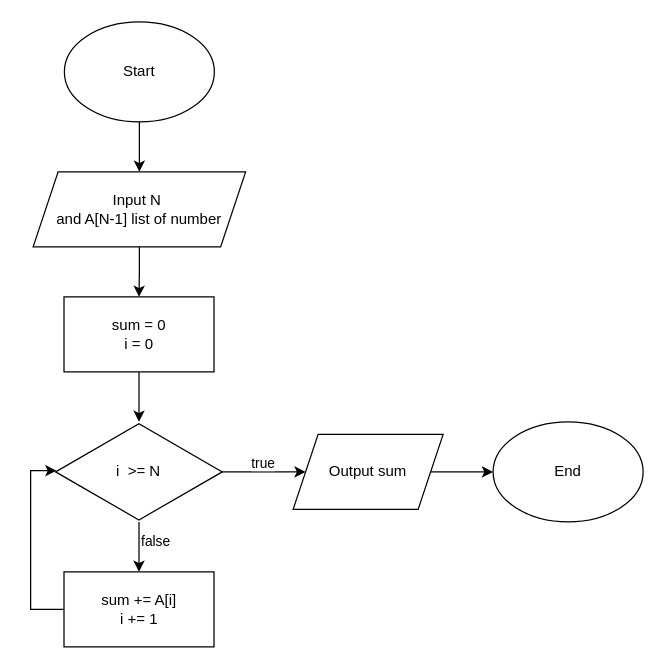
Above: page "Bài 10 (a)" (11 of 16) of drawio/Exercises_Week3-5.drawio in HerokeyVN/Temp (draw.io), before the change. Source tidied: cells renumbered, new cells numbered last; positions are measured from the earlier drawing's top-left corner, leaving out a move shared by most shapes. Both pictures are drawn from the tidied source at 125%, with x=0, y=0 at pixel (32, 21).
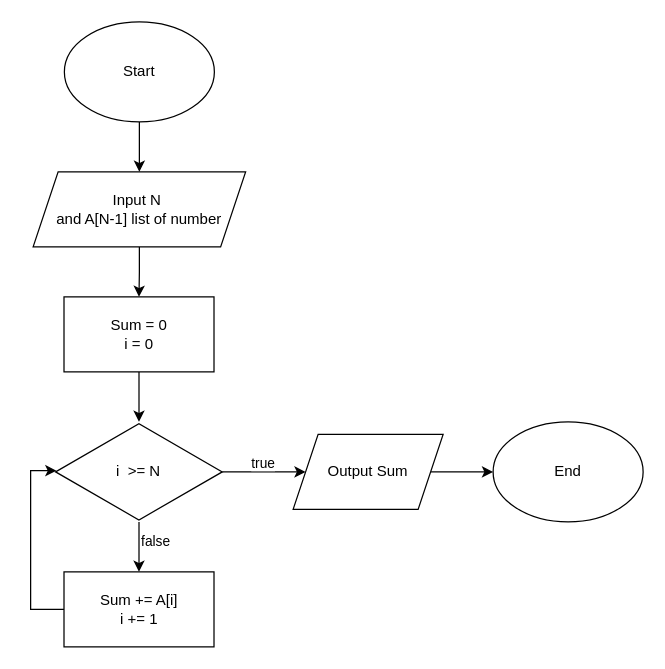
The same diagram, later.

Diff of the diagram source:
```diff
@@
 <mxGraphModel>
   <root>
     <mxCell id="0" />
     <mxCell id="1" parent="0" />
     <mxCell id="2" style="edgeStyle=orthogonalEdgeStyle;rounded=0;jettySize=auto;html=1;" parent="1" edge="1" source="3" target="5">
       <mxGeometry relative="1" as="geometry" />
     </mxCell>
     <mxCell id="3" value="Start" style="ellipse;whiteSpace=wrap;html=1;" parent="1" vertex="1">
       <mxGeometry x="25" width="120" height="80" as="geometry" />
     </mxCell>
     <mxCell id="4" style="edgeStyle=orthogonalEdgeStyle;rounded=0;jettySize=auto;html=1;exitX=0.5;exitY=1;exitDx=0;exitDy=0;entryX=0.5;entryY=0;entryDx=0;entryDy=0;" parent="1" edge="1" source="5" target="7">
       <mxGeometry relative="1" as="geometry" />
     </mxCell>
     <mxCell id="5" value="Input N&amp;nbsp;&lt;div&gt;and A[N-1] list of number&lt;/div&gt;" style="shape=parallelogram;perimeter=parallelogramPerimeter;whiteSpace=wrap;html=1;fixedSize=1;" parent="1" vertex="1">
       <mxGeometry y="120" width="170" height="60" as="geometry" />
     </mxCell>
     <mxCell id="6" style="edgeStyle=orthogonalEdgeStyle;rounded=0;jettySize=auto;html=1;" parent="1" edge="1" source="7" target="12">
       <mxGeometry relative="1" as="geometry" />
     </mxCell>
-    <mxCell id="7" value="sum = 0&lt;div&gt;i = 0&lt;/div&gt;" style="rounded=0;whiteSpace=wrap;html=1;" parent="1" vertex="1">
+    <mxCell id="7" value="Sum = 0&lt;div&gt;i = 0&lt;/div&gt;" style="rounded=0;whiteSpace=wrap;html=1;" parent="1" vertex="1">
       <mxGeometry x="24.7" y="220" width="120" height="60" as="geometry" />
     </mxCell>
     <mxCell id="8" style="edgeStyle=orthogonalEdgeStyle;rounded=0;jettySize=auto;html=1;" parent="1" edge="1" source="12" target="13">
       <mxGeometry relative="1" as="geometry" />
     </mxCell>
     <mxCell id="9" value="false" style="edgeLabel;html=1;align=center;verticalAlign=middle;" parent="8" vertex="1">
       <mxGeometry x="-0.25" y="1" relative="1" as="geometry">
         <mxPoint x="12" as="offset" />
       </mxGeometry>
     </mxCell>
     <mxCell id="10" style="edgeStyle=orthogonalEdgeStyle;rounded=0;jettySize=auto;html=1;" parent="1" edge="1" source="12" target="16">
       <mxGeometry relative="1" as="geometry" />
     </mxCell>
     <mxCell id="11" value="true" style="edgeLabel;html=1;align=center;verticalAlign=middle;" parent="10" vertex="1">
       <mxGeometry x="0.01" y="2" relative="1" as="geometry">
         <mxPoint x="-2" y="-6" as="offset" />
       </mxGeometry>
     </mxCell>
     <mxCell id="12" value="i&amp;nbsp; &amp;gt;= N" style="html=1;whiteSpace=wrap;shape=isoRectangle;" parent="1" vertex="1">
       <mxGeometry x="18" y="320" width="133.3" height="80" as="geometry" />
     </mxCell>
-    <mxCell id="13" value="sum += A[i]&lt;div&gt;i += 1&lt;/div&gt;" style="whiteSpace=wrap;html=1;" parent="1" vertex="1">
+    <mxCell id="13" value="Sum += A[i]&lt;div&gt;i += 1&lt;/div&gt;" style="whiteSpace=wrap;html=1;" parent="1" vertex="1">
       <mxGeometry x="24.7" y="440" width="120" height="60" as="geometry" />
     </mxCell>
     <mxCell id="14" style="edgeStyle=orthogonalEdgeStyle;rounded=0;jettySize=auto;html=1;exitX=0;exitY=0.5;exitDx=0;exitDy=0;entryX=0.005;entryY=0.488;entryDx=0;entryDy=0;entryPerimeter=0;" parent="1" edge="1" source="13" target="12">
       <mxGeometry relative="1" as="geometry" />
     </mxCell>
     <mxCell id="15" style="edgeStyle=orthogonalEdgeStyle;rounded=0;jettySize=auto;html=1;" parent="1" edge="1" source="16" target="17">
       <mxGeometry relative="1" as="geometry" />
     </mxCell>
-    <mxCell id="16" value="Output sum" style="shape=parallelogram;perimeter=parallelogramPerimeter;whiteSpace=wrap;html=1;fixedSize=1;" parent="1" vertex="1">
+    <mxCell id="16" value="Output Sum" style="shape=parallelogram;perimeter=parallelogramPerimeter;whiteSpace=wrap;html=1;fixedSize=1;" parent="1" vertex="1">
       <mxGeometry x="208" y="330" width="120" height="60" as="geometry" />
     </mxCell>
     <mxCell id="17" value="End" style="ellipse;whiteSpace=wrap;html=1;" parent="1" vertex="1">
       <mxGeometry x="368" y="320" width="120" height="80" as="geometry" />
     </mxCell>
   </root>
 </mxGraphModel>
```
